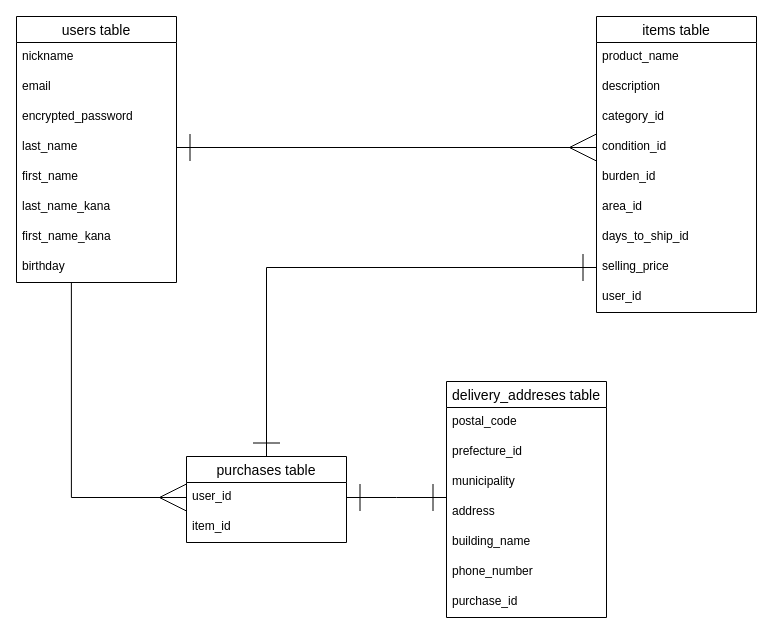
ft529y/furima-36416 keeps this draw.io diagram as furima.dio. Above is the earlier version. Source tidied: cells renumbered, new cells numbered last; positions are measured from the earlier drawing's top-left corner, leaving out a move shared by most shapes. Both pictures are drawn from the tidied source at 100%, with x=0, y=0 at pixel (16, 16).
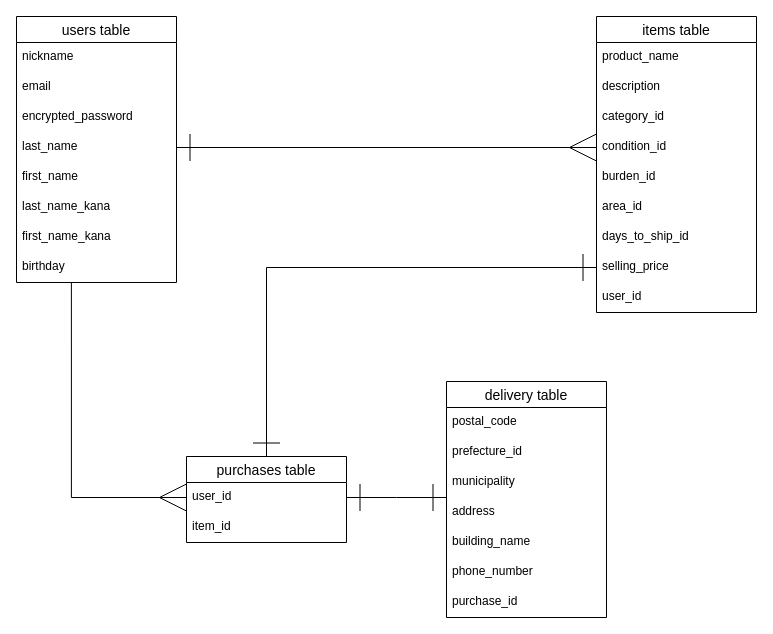
Above is the later version.

Change to the diagram source:
```diff
@@
-    <mxCell id="24" value="delivery_addreses table" style="swimlane;fontStyle=0;horizontal=1;startSize=26;align=center;fontSize=14;" parent="1" vertex="1">
+    <mxCell id="24" value="delivery table" style="swimlane;fontStyle=0;horizontal=1;startSize=26;align=center;fontSize=14;" parent="1" vertex="1">
       <mxGeometry x="430" y="365" width="160" height="236" as="geometry" />
     </mxCell>
```
